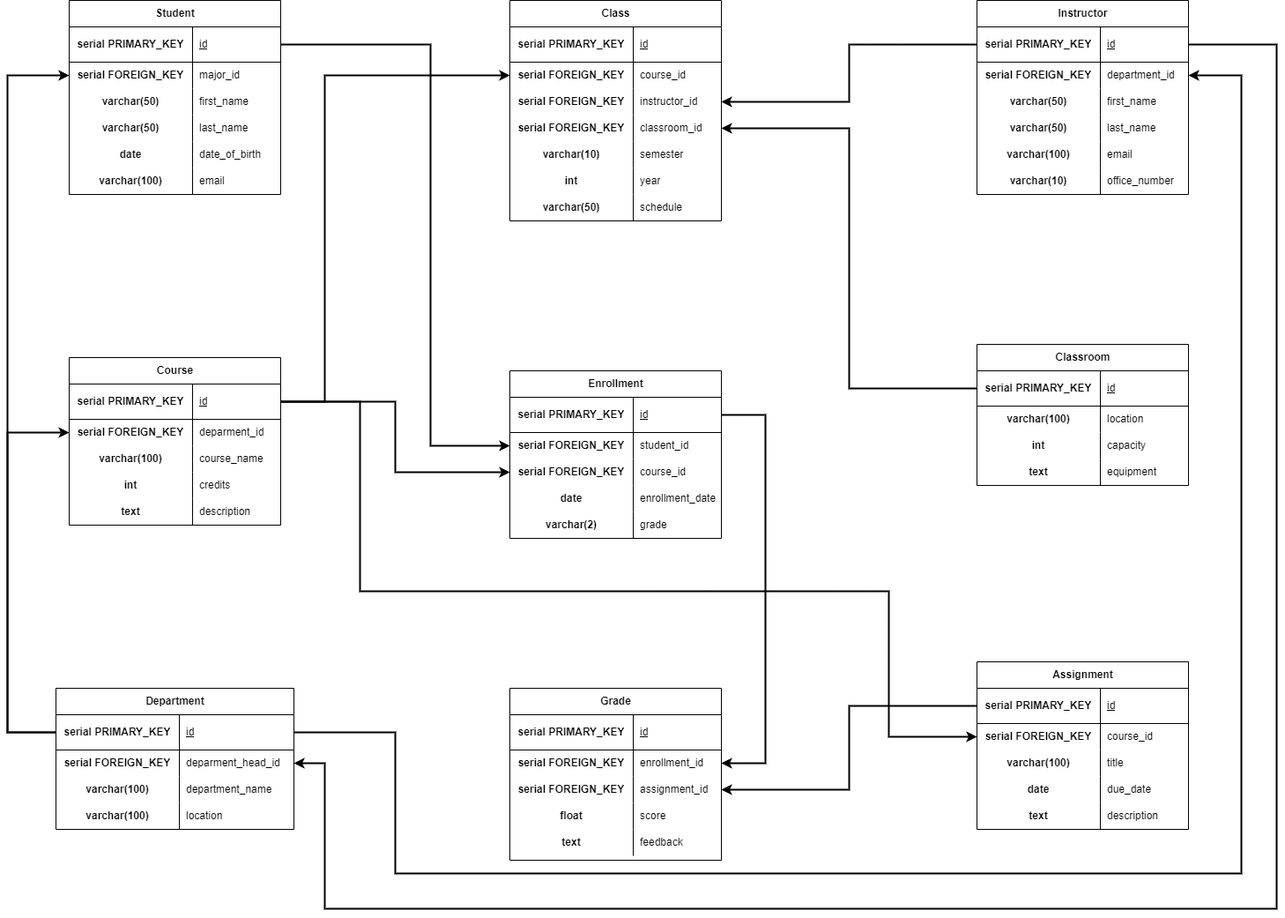
Above: Database_Assignment.png in axmedovxasanboy/assignment_database (draw.io), before the change. Source tidied: cells renumbered, new cells last; positions are measured from the earlier drawing's top-left corner, leaving out a move shared by most shapes.
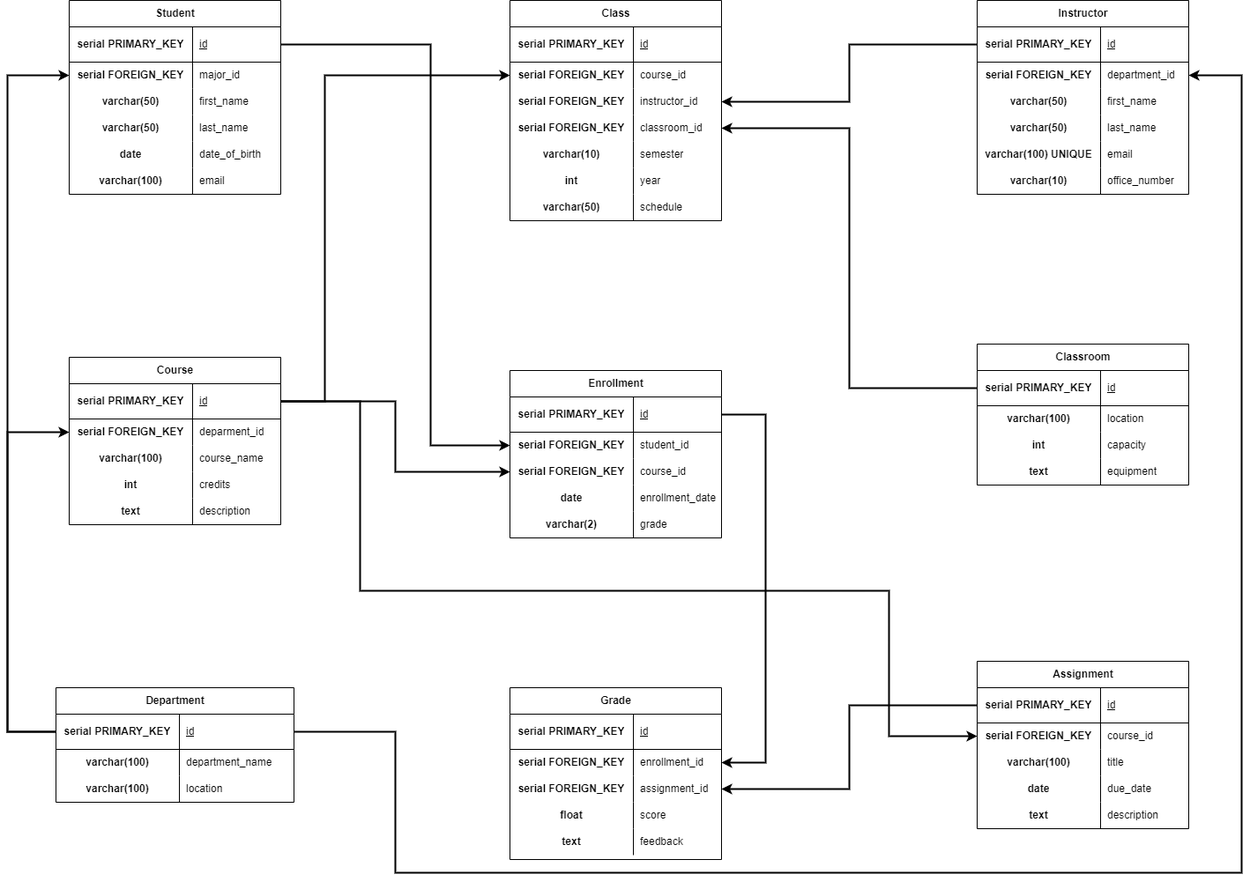
Above is the later version.

Change to the diagram source:
```diff
@@ -101,7 +101,7 @@
     <mxCell id="34" style="shape=tableRow;horizontal=0;startSize=0;swimlaneHead=0;swimlaneBody=0;fillColor=none;top=0;left=0;right=0;bottom=0;" parent="21" vertex="1">
       <mxGeometry y="160" width="240" height="30" as="geometry" />
     </mxCell>
-    <mxCell id="35" value="&lt;b style=&quot;border-color: var(--border-color);&quot;&gt;varchar(100)&lt;/b&gt;" style="shape=partialRectangle;fillColor=none;top=0;left=0;bottom=0;right=0;overflow=hidden;whiteSpace=wrap;html=1;strokeWidth=50;" parent="34" vertex="1">
+    <mxCell id="35" value="&lt;b style=&quot;border-color: var(--border-color);&quot;&gt;varchar(100) UNIQUE&lt;/b&gt;" style="shape=partialRectangle;fillColor=none;top=0;left=0;bottom=0;right=0;overflow=hidden;whiteSpace=wrap;html=1;strokeWidth=50;" parent="34" vertex="1">
       <mxGeometry width="140" height="30" as="geometry" />
     </mxCell>
     <mxCell id="36" value="email" style="shape=partialRectangle;fillColor=none;top=0;left=0;bottom=0;right=0;align=left;spacingLeft=6;overflow=hidden;whiteSpace=wrap;html=1;strokeWidth=50;" parent="34" vertex="1">
@@ -117,7 +117,7 @@
       <mxGeometry x="140" width="100" height="30" as="geometry" />
     </mxCell>
     <mxCell id="40" value="Department" style="shape=table;startSize=30;rowLines=0;fontStyle=1;align=center;html=1;" parent="1" vertex="1">
-      <mxGeometry x="55" y="780" width="270" height="160" as="geometry" />
+      <mxGeometry x="55" y="780" width="270" height="130" as="geometry" />
     </mxCell>
     <mxCell id="41" style="shape=tableRow;horizontal=0;startSize=0;swimlaneHead=0;swimlaneBody=0;fillColor=none;points=[[0,0.5],[1,0.5]];portConstraint=eastwest;top=0;left=0;right=0;bottom=1;" parent="40" vertex="1">
       <mxGeometry y="30" width="270" height="40" as="geometry" />
@@ -128,17 +128,8 @@
     <mxCell id="43" value="&lt;span style=&quot;font-weight: normal;&quot;&gt;id&lt;/span&gt;" style="shape=partialRectangle;fillColor=none;top=0;left=0;bottom=0;right=0;align=left;spacingLeft=6;fontStyle=5;overflow=hidden;whiteSpace=wrap;html=1;" parent="41" vertex="1">
       <mxGeometry x="140" width="130" height="40" as="geometry" />
     </mxCell>
-    <mxCell id="44" style="shape=tableRow;horizontal=0;startSize=0;swimlaneHead=0;swimlaneBody=0;fillColor=none;points=[[0,0.5],[1,0.5]];portConstraint=eastwest;top=0;left=0;right=0;bottom=0;" parent="40" vertex="1">
-      <mxGeometry y="70" width="270" height="30" as="geometry" />
-    </mxCell>
-    <mxCell id="45" value="&lt;b style=&quot;border-color: var(--border-color);&quot;&gt;serial FOREIGN_KEY&lt;/b&gt;" style="shape=partialRectangle;fillColor=none;top=0;left=0;bottom=0;right=0;overflow=hidden;whiteSpace=wrap;html=1;strokeWidth=50;" parent="44" vertex="1">
-      <mxGeometry width="140" height="30" as="geometry" />
-    </mxCell>
-    <mxCell id="46" value="deparment_head_id" style="shape=partialRectangle;fillColor=none;top=0;left=0;bottom=0;right=0;align=left;spacingLeft=6;overflow=hidden;whiteSpace=wrap;html=1;strokeWidth=50;" parent="44" vertex="1">
-      <mxGeometry x="140" width="130" height="30" as="geometry" />
-    </mxCell>
     <mxCell id="47" style="shape=tableRow;horizontal=0;startSize=0;swimlaneHead=0;swimlaneBody=0;fillColor=none;top=0;left=0;right=0;bottom=0;" parent="40" vertex="1">
-      <mxGeometry y="100" width="270" height="30" as="geometry" />
+      <mxGeometry y="70" width="270" height="30" as="geometry" />
     </mxCell>
     <mxCell id="48" value="&lt;b&gt;varchar(100)&lt;/b&gt;" style="shape=partialRectangle;fillColor=none;top=0;left=0;bottom=0;right=0;overflow=hidden;whiteSpace=wrap;html=1;" parent="47" vertex="1">
       <mxGeometry width="140" height="30" as="geometry" />
@@ -147,7 +138,7 @@
       <mxGeometry x="140" width="130" height="30" as="geometry" />
     </mxCell>
     <mxCell id="50" style="shape=tableRow;horizontal=0;startSize=0;swimlaneHead=0;swimlaneBody=0;fillColor=none;top=0;left=0;right=0;bottom=0;" parent="40" vertex="1">
-      <mxGeometry y="130" width="270" height="30" as="geometry" />
+      <mxGeometry y="100" width="270" height="30" as="geometry" />
     </mxCell>
     <mxCell id="51" value="&lt;b&gt;varchar(100)&lt;/b&gt;" style="shape=partialRectangle;fillColor=none;top=0;left=0;bottom=0;right=0;overflow=hidden;whiteSpace=wrap;html=1;strokeWidth=50;" parent="50" vertex="1">
       <mxGeometry width="140" height="30" as="geometry" />
@@ -524,15 +515,5 @@
         </Array>
       </mxGeometry>
     </mxCell>
-    <mxCell id="163" style="edgeStyle=orthogonalEdgeStyle;rounded=0;jettySize=auto;html=1;strokeWidth=2;" parent="1" edge="1" source="22" target="44">
-      <mxGeometry relative="1" as="geometry">
-        <Array as="points">
-          <mxPoint x="1440" y="50" />
-          <mxPoint x="1440" y="1030" />
-          <mxPoint x="360" y="1030" />
-          <mxPoint x="360" y="865" />
-        </Array>
-      </mxGeometry>
-    </mxCell>
   </root>
 </mxGraphModel>
```
